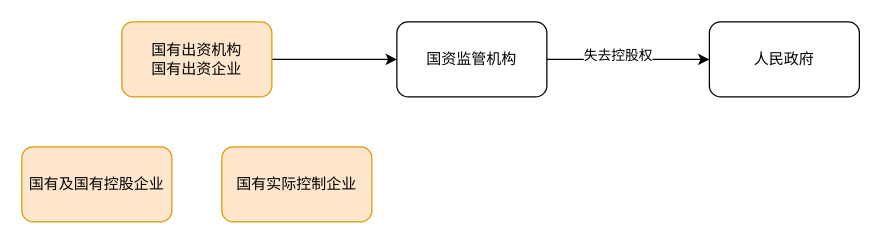
The draw.io diagram page "department" (1 of 5) of biz/biz.dio in OMGTAN/study, before the edit. Source tidied: cells renumbered, new cells numbered last; positions are measured from the earlier drawing's top-left corner, leaving out a move shared by most shapes. Both pictures are drawn from the tidied source at 125%, with x=0, y=0 at pixel (21, 21).
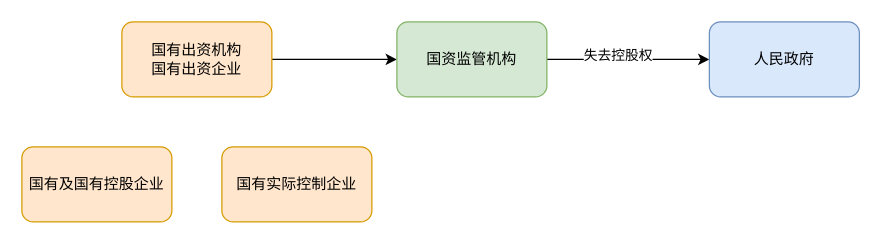
After the change.

Change to the diagram source:
```diff
@@
 <mxGraphModel>
   <root>
     <mxCell id="0" />
     <mxCell id="1" parent="0" />
     <mxCell id="2" style="edgeStyle=none;html=1;entryX=0;entryY=0.5;entryDx=0;entryDy=0;" parent="1" edge="1" source="3" target="6">
       <mxGeometry relative="1" as="geometry" />
     </mxCell>
     <mxCell id="3" value="国有出资机构&lt;br&gt;国有出资企业" style="rounded=1;whiteSpace=wrap;html=1;fillColor=#ffe6cc;strokeColor=#d79b00;" parent="1" vertex="1">
       <mxGeometry x="80" width="120" height="60" as="geometry" />
     </mxCell>
     <mxCell id="4" style="edgeStyle=none;html=1;" parent="1" edge="1" source="6" target="9">
       <mxGeometry relative="1" as="geometry" />
     </mxCell>
     <mxCell id="5" value="失去控股权" style="edgeLabel;html=1;align=center;verticalAlign=middle;" parent="4" vertex="1">
       <mxGeometry x="-0.26" y="4" relative="1" as="geometry">
         <mxPoint x="8" as="offset" />
       </mxGeometry>
     </mxCell>
-    <mxCell id="6" value="国资监管机构" style="rounded=1;whiteSpace=wrap;html=1;" parent="1" vertex="1">
+    <mxCell id="6" value="国资监管机构" style="rounded=1;whiteSpace=wrap;html=1;fillColor=#d5e8d4;strokeColor=#82b366;" parent="1" vertex="1">
       <mxGeometry x="300" width="120" height="60" as="geometry" />
     </mxCell>
     <mxCell id="7" value="国有及国有控股企业" style="rounded=1;whiteSpace=wrap;html=1;fillColor=#ffe6cc;strokeColor=#d79b00;" parent="1" vertex="1">
       <mxGeometry y="100" width="120" height="60" as="geometry" />
     </mxCell>
     <mxCell id="8" value="国有实际控制企业" style="rounded=1;whiteSpace=wrap;html=1;fillColor=#ffe6cc;strokeColor=#d79b00;" parent="1" vertex="1">
       <mxGeometry x="160" y="100" width="120" height="60" as="geometry" />
     </mxCell>
-    <mxCell id="9" value="人民政府" style="rounded=1;whiteSpace=wrap;html=1;" parent="1" vertex="1">
+    <mxCell id="9" value="人民政府" style="rounded=1;whiteSpace=wrap;html=1;fillColor=#dae8fc;strokeColor=#6c8ebf;" parent="1" vertex="1">
       <mxGeometry x="550" width="120" height="60" as="geometry" />
     </mxCell>
   </root>
 </mxGraphModel>
```
